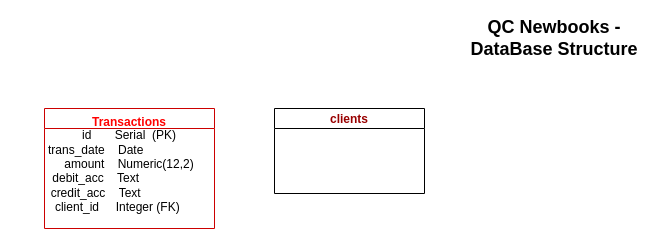
Earlier version of the draw.io diagram page "Part B - ERD" (2 of 2) of QC_Newbooks_Diagrams.drawio (Dave13-Ui/diagram-qc-new-books). Source tidied: cells renumbered, new cells numbered last; positions are measured from the earlier drawing's top-left corner, leaving out a move shared by most shapes. Both pictures are drawn from the tidied source at 100%, with x=0, y=0 at pixel (44, 18).
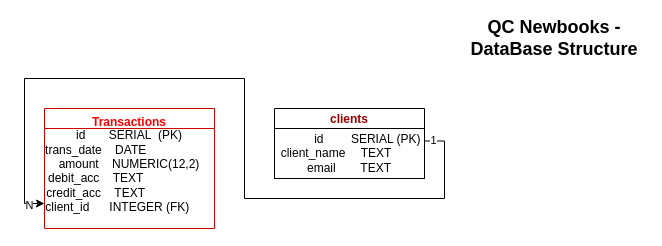
The same diagram, later.

The edit, as a diff of the source:
```diff
@@
 <mxGraphModel>
   <root>
     <mxCell id="0" />
     <mxCell id="1" parent="0" />
     <mxCell id="2" value="&lt;b&gt;&lt;font style=&quot;font-size: 18px;&quot;&gt;QC Newbooks - DataBase Structure&lt;/font&gt;&lt;/b&gt;" style="text;html=1;whiteSpace=wrap;strokeColor=none;fillColor=none;align=center;verticalAlign=middle;rounded=0;" parent="1" vertex="1">
       <mxGeometry x="420" width="180" height="40" as="geometry" />
     </mxCell>
     <mxCell id="3" value="Transactions" style="swimlane;fontStyle=1;horizontal=1;startSize=20;fillColor=#ffffff;swimlaneFillColor=#ffffff;verticalAlign=top;align=center;strokeColor=#CC0000;fontColor=#FF0000;fontSize=12;" parent="1" vertex="1">
       <mxGeometry y="90" width="170" height="120" as="geometry" />
     </mxCell>
-    <mxCell id="4" value="id&amp;nbsp;&amp;nbsp;&amp;nbsp;&amp;nbsp;&amp;nbsp;&amp;nbsp;&amp;nbsp;Serial &amp;nbsp;(PK)&lt;br style=&quot;padding: 0px; margin: 0px;&quot;&gt;trans_date&amp;nbsp;&amp;nbsp;&amp;nbsp;&amp;nbsp;Date&amp;nbsp;&amp;nbsp;&amp;nbsp;&amp;nbsp;&amp;nbsp;&amp;nbsp;&amp;nbsp;&amp;nbsp;&amp;nbsp;&amp;nbsp;&amp;nbsp;&amp;nbsp;&amp;nbsp;&amp;nbsp;&amp;nbsp;&amp;nbsp;&amp;nbsp;&amp;nbsp;&amp;nbsp;&amp;nbsp;&lt;br style=&quot;padding: 0px; margin: 0px;&quot;&gt;amount&amp;nbsp;&amp;nbsp;&amp;nbsp;&amp;nbsp;Numeric(12,2)&lt;br style=&quot;padding: 0px; margin: 0px;&quot;&gt;debit_acc&amp;nbsp;&amp;nbsp;&amp;nbsp;&amp;nbsp;Text&amp;nbsp;&amp;nbsp;&amp;nbsp;&amp;nbsp;&amp;nbsp;&amp;nbsp;&amp;nbsp;&amp;nbsp;&amp;nbsp;&amp;nbsp;&amp;nbsp;&amp;nbsp;&amp;nbsp;&amp;nbsp;&amp;nbsp;&amp;nbsp;&amp;nbsp;&amp;nbsp;&amp;nbsp;&amp;nbsp;&lt;br style=&quot;padding: 0px; margin: 0px;&quot;&gt;credit_acc&amp;nbsp;&amp;nbsp;&amp;nbsp;&amp;nbsp;Text&amp;nbsp;&amp;nbsp;&amp;nbsp;&amp;nbsp;&amp;nbsp;&amp;nbsp;&amp;nbsp;&amp;nbsp;&amp;nbsp;&amp;nbsp;&amp;nbsp;&amp;nbsp;&amp;nbsp;&amp;nbsp;&amp;nbsp;&amp;nbsp;&amp;nbsp;&amp;nbsp;&amp;nbsp;&amp;nbsp;&lt;br style=&quot;padding: 0px; margin: 0px;&quot;&gt;client_id &amp;nbsp;&amp;nbsp;&amp;nbsp;&amp;nbsp;Integer (FK)&amp;nbsp; &amp;nbsp; &amp;nbsp; &amp;nbsp;&lt;div style=&quot;padding: 0px; margin: 0px;&quot;&gt;&lt;br style=&quot;padding: 0px; margin: 0px; color: rgb(255, 0, 0); text-wrap-mode: nowrap;&quot;&gt;&lt;/div&gt;" style="text;html=1;whiteSpace=wrap;strokeColor=none;fillColor=none;align=center;verticalAlign=middle;rounded=0;" parent="3" vertex="1">
+    <mxCell id="4" value="id&amp;nbsp;&amp;nbsp;&amp;nbsp;&amp;nbsp;&amp;nbsp;&amp;nbsp;&amp;nbsp;SERIAL&amp;nbsp; (PK)&lt;br style=&quot;padding: 0px; margin: 0px;&quot;&gt;trans_date&amp;nbsp;&amp;nbsp;&amp;nbsp;&amp;nbsp;DATE&amp;nbsp; &amp;nbsp; &amp;nbsp; &amp;nbsp; &amp;nbsp; &amp;nbsp; &amp;nbsp; &amp;nbsp; &amp;nbsp; &amp;nbsp;&amp;nbsp;&lt;br style=&quot;padding: 0px; margin: 0px;&quot;&gt;amount&amp;nbsp;&amp;nbsp;&amp;nbsp;&amp;nbsp;NUMERIC(12,2)&lt;br style=&quot;padding: 0px; margin: 0px;&quot;&gt;debit_acc&amp;nbsp;&amp;nbsp;&amp;nbsp;&amp;nbsp;TEXT&amp;nbsp; &amp;nbsp; &amp;nbsp; &amp;nbsp; &amp;nbsp; &amp;nbsp; &amp;nbsp; &amp;nbsp; &amp;nbsp; &amp;nbsp;&amp;nbsp;&lt;br style=&quot;padding: 0px; margin: 0px;&quot;&gt;credit_acc&amp;nbsp;&amp;nbsp;&amp;nbsp;&amp;nbsp;TEXT&amp;nbsp; &amp;nbsp; &amp;nbsp; &amp;nbsp; &amp;nbsp; &amp;nbsp; &amp;nbsp; &amp;nbsp; &amp;nbsp; &amp;nbsp;&amp;nbsp;&lt;br style=&quot;padding: 0px; margin: 0px;&quot;&gt;client_id&amp;nbsp; &amp;nbsp; &amp;nbsp; INTEGER (FK)&amp;nbsp; &amp;nbsp; &amp;nbsp; &amp;nbsp;&lt;div style=&quot;padding: 0px; margin: 0px;&quot;&gt;&lt;br style=&quot;padding: 0px; margin: 0px; color: rgb(255, 0, 0); text-wrap-mode: nowrap;&quot;&gt;&lt;/div&gt;" style="text;html=1;whiteSpace=wrap;strokeColor=none;fillColor=none;align=center;verticalAlign=middle;rounded=0;" parent="3" vertex="1">
       <mxGeometry y="20" width="170" height="100" as="geometry" />
     </mxCell>
     <mxCell id="5" value="clients" style="swimlane;fontStyle=1;horizontal=1;startSize=20;fillColor=#ffffff;swimlaneFillColor=#ffffff;fontColor=#990000;" parent="1" vertex="1">
-      <mxGeometry x="230" y="90" width="150" height="85" as="geometry" />
+      <mxGeometry x="230" y="90" width="150" height="70" as="geometry" />
     </mxCell>
+    <mxCell id="6" value="&lt;span style=&quot;white-space: pre;&quot;&gt;&#9;&lt;/span&gt;&amp;nbsp; &amp;nbsp;id &lt;span style=&quot;white-space: pre;&quot;&gt;&#9;&lt;/span&gt;&amp;nbsp; &amp;nbsp; &amp;nbsp; SERIAL (PK)&lt;div&gt;client_name&lt;span style=&quot;white-space: pre;&quot;&gt;&#9;&lt;/span&gt;TEXT&lt;span style=&quot;white-space: pre;&quot;&gt;&#9;&lt;/span&gt;&amp;nbsp;&lt;/div&gt;&lt;div&gt;email &lt;span style=&quot;white-space: pre;&quot;&gt;&#9;&lt;/span&gt;TEXT&lt;/div&gt;" style="html=1;dashed=0;whiteSpace=wrap;" parent="5" vertex="1">
+      <mxGeometry y="20" width="150" height="50" as="geometry" />
+    </mxCell>
+    <mxCell id="7" style="edgeStyle=orthogonalEdgeStyle;rounded=0;jettySize=auto;html=1;exitX=1;exitY=0.25;exitDx=0;exitDy=0;entryX=0;entryY=0.75;entryDx=0;entryDy=0;" parent="1" edge="1" source="6" target="4">
+      <mxGeometry relative="1" as="geometry">
+        <Array as="points">
+          <mxPoint x="400" y="123" />
+          <mxPoint x="400" y="180" />
+          <mxPoint x="200" y="180" />
+          <mxPoint x="200" y="60" />
+          <mxPoint x="-20" y="60" />
+          <mxPoint x="-20" y="185" />
+        </Array>
+      </mxGeometry>
+    </mxCell>
+    <mxCell id="8" value="N" style="edgeLabel;html=1;align=center;verticalAlign=middle;" parent="7" vertex="1">
+      <mxGeometry x="0.96" y="-1" relative="1" as="geometry" />
+    </mxCell>
+    <mxCell id="9" value="1" style="edgeLabel;html=1;align=center;verticalAlign=middle;" parent="7" vertex="1">
+      <mxGeometry x="-0.98" y="1" relative="1" as="geometry" />
+    </mxCell>
   </root>
 </mxGraphModel>
```
